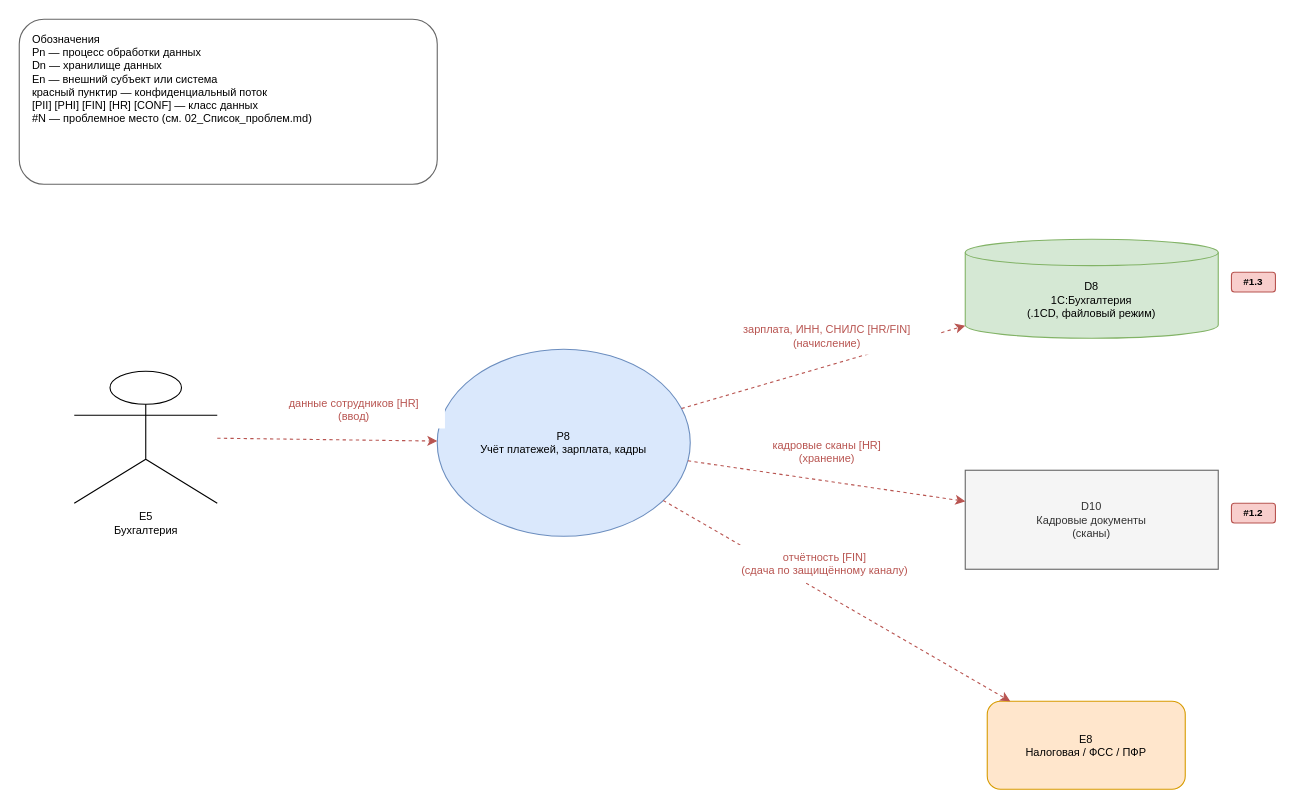
This is Task1/DFD_AS-IS/DFD_6_Бухгалтерский учёт.drawio from IlyaLivingstone/architecture-medikamente, a draw.io file, before an edit. Source tidied: cells renumbered, new cells numbered last; positions are measured from the earlier drawing's top-left corner, leaving out a move shared by most shapes. Both pictures are drawn from the tidied source at 110%, with x=0, y=0 at pixel (19, 19).
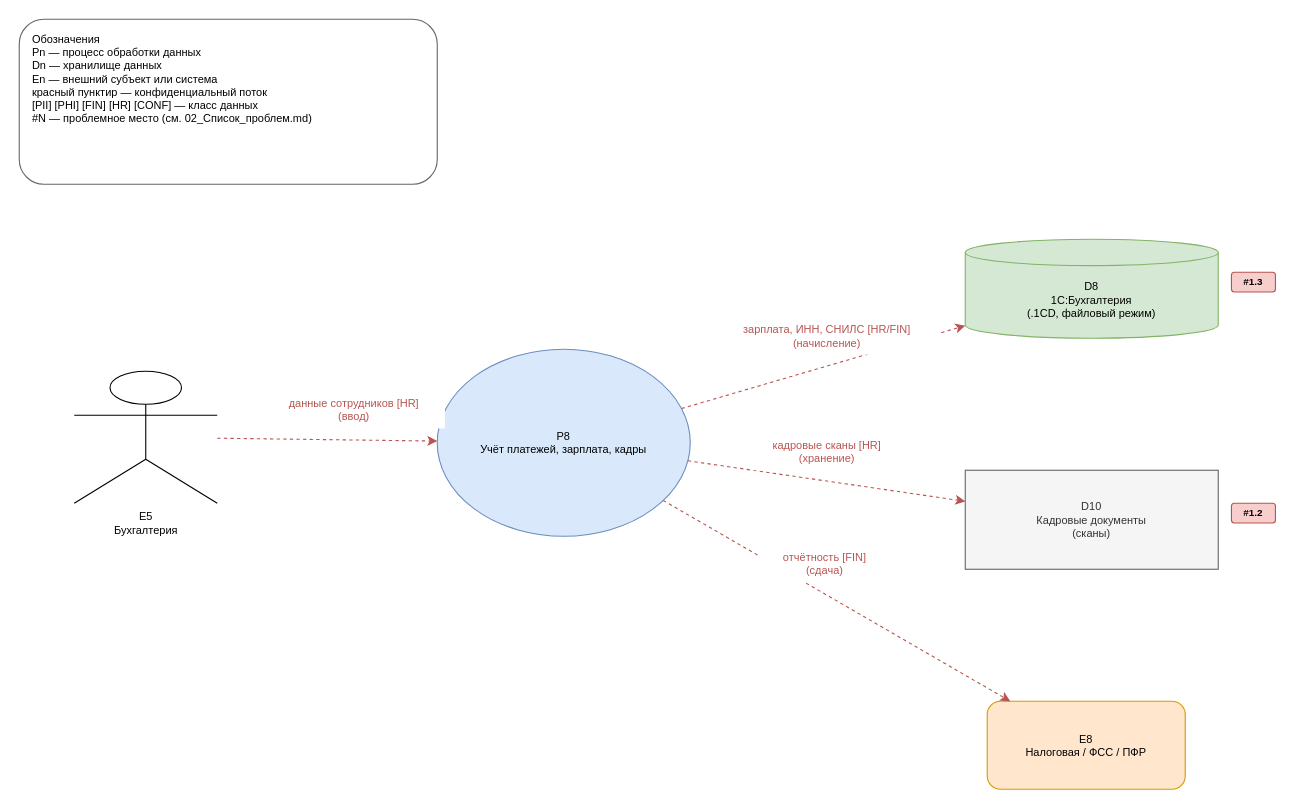
Above is the later version.

The edit, as a diff of the source:
```diff
@@
 <mxGraphModel>
   <root>
     <mxCell id="0" />
     <mxCell id="1" parent="0" />
     <mxCell id="2" value="E5&lt;br&gt;Бухгалтерия" style="shape=umlActor;verticalLabelPosition=bottom;verticalAlign=top;html=1;outlineConnect=0;fontSize=10;" parent="1" vertex="1">
       <mxGeometry x="50" y="320" width="130" height="120" as="geometry" />
     </mxCell>
     <mxCell id="3" value="P8&lt;br&gt;Учёт платежей, зарплата, кадры" style="ellipse;whiteSpace=wrap;html=1;fillColor=#dae8fc;strokeColor=#6c8ebf;fontSize=10;" parent="1" vertex="1">
       <mxGeometry x="380" y="300" width="230" height="170" as="geometry" />
     </mxCell>
     <mxCell id="4" value="D8&lt;br&gt;1С:Бухгалтерия&lt;br&gt;(.1CD, файловый режим)" style="shape=cylinder3;whiteSpace=wrap;html=1;boundedLbl=1;backgroundOutline=1;size=12;fillColor=#d5e8d4;strokeColor=#82b366;fontSize=10;" parent="1" vertex="1">
       <mxGeometry x="860" y="200" width="230" height="90" as="geometry" />
     </mxCell>
     <mxCell id="5" value="D10&lt;br&gt;Кадровые документы&lt;br&gt;(сканы)" style="rounded=0;whiteSpace=wrap;html=1;fillColor=#f5f5f5;strokeColor=#666666;fontColor=#333333;fontSize=10;" parent="1" vertex="1">
       <mxGeometry x="860" y="410" width="230" height="90" as="geometry" />
     </mxCell>
     <mxCell id="6" value="E8&lt;br&gt;Налоговая / ФСС / ПФР" style="rounded=1;whiteSpace=wrap;html=1;fillColor=#ffe6cc;strokeColor=#d79b00;fontSize=10;" parent="1" vertex="1">
       <mxGeometry x="880" y="620" width="180" height="80" as="geometry" />
     </mxCell>
     <mxCell id="7" style="html=1;endArrow=classic;rounded=0;strokeColor=#b85450;dashed=1;" parent="1" edge="1" source="2" target="3">
       <mxGeometry relative="1" as="geometry" />
     </mxCell>
     <mxCell id="8" value="данные сотрудников [HR]&lt;br&gt;(ввод)" style="rounded=0;whiteSpace=wrap;html=1;align=center;verticalAlign=middle;fillColor=#ffffff;strokeColor=none;fontSize=10;fontColor=#b85450;" parent="1" vertex="1">
       <mxGeometry x="222" y="338" width="165" height="34" as="geometry" />
     </mxCell>
     <mxCell id="9" style="html=1;endArrow=classic;rounded=0;strokeColor=#b85450;dashed=1;" parent="1" edge="1" source="3" target="4">
       <mxGeometry relative="1" as="geometry" />
     </mxCell>
     <mxCell id="10" value="зарплата, ИНН, СНИЛС [HR/FIN]&lt;br&gt;(начисление)" style="rounded=0;whiteSpace=wrap;html=1;align=center;verticalAlign=middle;fillColor=#ffffff;strokeColor=none;fontSize=10;fontColor=#b85450;" parent="1" vertex="1">
       <mxGeometry x="632" y="271" width="205" height="34" as="geometry" />
     </mxCell>
     <mxCell id="11" style="html=1;endArrow=classic;rounded=0;strokeColor=#b85450;dashed=1;" parent="1" edge="1" source="3" target="5">
       <mxGeometry relative="1" as="geometry" />
     </mxCell>
     <mxCell id="12" value="кадровые сканы [HR]&lt;br&gt;(хранение)" style="rounded=0;whiteSpace=wrap;html=1;align=center;verticalAlign=middle;fillColor=#ffffff;strokeColor=none;fontSize=10;fontColor=#b85450;" parent="1" vertex="1">
       <mxGeometry x="665" y="376" width="139" height="34" as="geometry" />
     </mxCell>
     <mxCell id="13" style="html=1;endArrow=classic;rounded=0;strokeColor=#b85450;dashed=1;" parent="1" edge="1" source="3" target="6">
       <mxGeometry relative="1" as="geometry" />
     </mxCell>
-    <mxCell id="14" value="отчётность [FIN]&lt;br&gt;(сдача по защищённому каналу)" style="rounded=0;whiteSpace=wrap;html=1;align=center;verticalAlign=middle;fillColor=#ffffff;strokeColor=none;fontSize=10;fontColor=#b85450;" parent="1" vertex="1">
-      <mxGeometry x="630" y="478" width="205" height="34" as="geometry" />
+    <mxCell id="14" value="отчётность [FIN]&lt;br&gt;(сдача)" style="rounded=0;whiteSpace=wrap;html=1;align=center;verticalAlign=middle;fillColor=#ffffff;strokeColor=none;fontSize=10;fontColor=#b85450;" parent="1" vertex="1">
+      <mxGeometry x="673" y="478" width="119" height="34" as="geometry" />
     </mxCell>
     <mxCell id="15" value="#1.3" style="rounded=1;whiteSpace=wrap;html=1;fontSize=9;fontStyle=1;fillColor=#f8cecc;strokeColor=#b85450;" parent="1" vertex="1">
       <mxGeometry x="1102" y="230" width="40" height="18" as="geometry" />
     </mxCell>
     <mxCell id="16" value="#1.2" style="rounded=1;whiteSpace=wrap;html=1;fontSize=9;fontStyle=1;fillColor=#f8cecc;strokeColor=#b85450;" parent="1" vertex="1">
       <mxGeometry x="1102" y="440" width="40" height="18" as="geometry" />
     </mxCell>
     <mxCell id="17" value="Обозначения&lt;br&gt;Pn — процесс обработки данных&lt;br&gt;Dn — хранилище данных&lt;br&gt;En — внешний субъект или система&lt;br&gt;красный пунктир — конфиденциальный поток&lt;br&gt;[PII] [PHI] [FIN] [HR] [CONF] — класс данных&lt;br&gt;#N — проблемное место (см. 02_Список_проблем.md)" style="rounded=1;whiteSpace=wrap;html=1;fontSize=10;fillColor=#ffffff;strokeColor=#666666;align=left;verticalAlign=top;spacingLeft=10;spacingTop=6;" parent="1" vertex="1">
       <mxGeometry width="380" height="150" as="geometry" />
     </mxCell>
   </root>
 </mxGraphModel>
```
